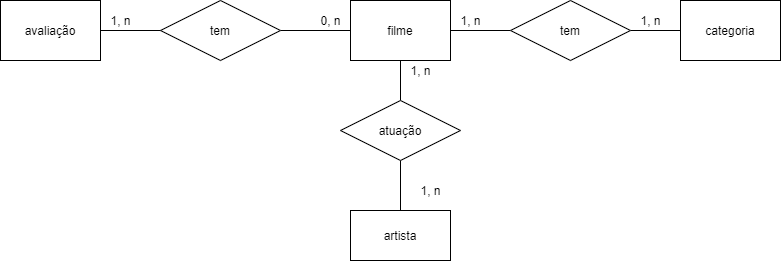
Before: Modelo Conceitual.png, a diagram exported from draw.io (LarissaMerida/curso-bd). Source tidied: cells renumbered, new cells last; positions are measured from the earlier drawing's top-left corner, leaving out a move shared by most shapes. The source it was exported from:
```xml
<mxGraphModel>
  <root>
    <mxCell id="0" />
    <mxCell id="1" parent="0" />
    <mxCell id="2" value="filme" style="whiteSpace=wrap;html=1;align=center;" parent="1" vertex="1">
      <mxGeometry x="350" width="100" height="60" as="geometry" />
    </mxCell>
    <mxCell id="3" value="categoria" style="whiteSpace=wrap;html=1;align=center;" parent="1" vertex="1">
      <mxGeometry x="680" width="100" height="60" as="geometry" />
    </mxCell>
    <mxCell id="4" value="artista" style="whiteSpace=wrap;html=1;align=center;" parent="1" vertex="1">
      <mxGeometry x="350" y="210" width="100" height="50" as="geometry" />
    </mxCell>
    <mxCell id="5" style="edgeStyle=orthogonalEdgeStyle;rounded=0;jettySize=auto;html=1;endArrow=none;endFill=0;" parent="1" edge="1" source="7">
      <mxGeometry relative="1" as="geometry">
        <mxPoint x="450" y="30" as="targetPoint" />
      </mxGeometry>
    </mxCell>
    <mxCell id="6" style="edgeStyle=orthogonalEdgeStyle;rounded=0;jettySize=auto;html=1;endArrow=none;endFill=0;" parent="1" edge="1" source="7" target="3">
      <mxGeometry relative="1" as="geometry" />
    </mxCell>
    <mxCell id="7" value="tem" style="shape=rhombus;perimeter=rhombusPerimeter;whiteSpace=wrap;html=1;align=center;" parent="1" vertex="1">
      <mxGeometry x="510" width="120" height="60" as="geometry" />
    </mxCell>
    <mxCell id="8" style="edgeStyle=orthogonalEdgeStyle;rounded=0;jettySize=auto;html=1;endArrow=none;endFill=0;" parent="1" edge="1" source="10" target="2">
      <mxGeometry relative="1" as="geometry" />
    </mxCell>
    <mxCell id="9" style="edgeStyle=orthogonalEdgeStyle;rounded=0;jettySize=auto;html=1;endArrow=none;endFill=0;" parent="1" edge="1" source="10" target="4">
      <mxGeometry relative="1" as="geometry" />
    </mxCell>
    <mxCell id="10" value="atuação" style="shape=rhombus;perimeter=rhombusPerimeter;whiteSpace=wrap;html=1;align=center;" parent="1" vertex="1">
      <mxGeometry x="340" y="100" width="120" height="60" as="geometry" />
    </mxCell>
    <mxCell id="11" value="avaliação" style="whiteSpace=wrap;html=1;align=center;" parent="1" vertex="1">
      <mxGeometry width="100" height="60" as="geometry" />
    </mxCell>
    <mxCell id="12" style="edgeStyle=orthogonalEdgeStyle;rounded=0;jettySize=auto;html=1;endArrow=none;endFill=0;" parent="1" edge="1" source="14" target="2">
      <mxGeometry relative="1" as="geometry" />
    </mxCell>
    <mxCell id="13" style="edgeStyle=orthogonalEdgeStyle;rounded=0;jettySize=auto;html=1;endArrow=none;endFill=0;" parent="1" edge="1" source="14" target="11">
      <mxGeometry relative="1" as="geometry" />
    </mxCell>
    <mxCell id="14" value="tem" style="shape=rhombus;perimeter=rhombusPerimeter;whiteSpace=wrap;html=1;align=center;" parent="1" vertex="1">
      <mxGeometry x="160" width="120" height="60" as="geometry" />
    </mxCell>
    <mxCell id="15" value="1, n" style="text;html=1;align=center;verticalAlign=middle;strokeColor=none;" parent="1" vertex="1">
      <mxGeometry x="450" y="10" width="40" height="20" as="geometry" />
    </mxCell>
    <mxCell id="16" value="1, n" style="text;html=1;align=center;verticalAlign=middle;strokeColor=none;" parent="1" vertex="1">
      <mxGeometry x="630" y="10" width="40" height="20" as="geometry" />
    </mxCell>
    <mxCell id="17" value="1, n" style="text;html=1;align=center;verticalAlign=middle;strokeColor=none;" parent="1" vertex="1">
      <mxGeometry x="400" y="60" width="40" height="20" as="geometry" />
    </mxCell>
    <mxCell id="18" value="1, n" style="text;html=1;align=center;verticalAlign=middle;strokeColor=none;" parent="1" vertex="1">
      <mxGeometry x="410" y="180" width="40" height="20" as="geometry" />
    </mxCell>
    <mxCell id="19" value="1, n" style="text;html=1;align=center;verticalAlign=middle;strokeColor=none;" parent="1" vertex="1">
      <mxGeometry x="100" y="10" width="40" height="20" as="geometry" />
    </mxCell>
    <mxCell id="20" value="0, n" style="text;html=1;align=center;verticalAlign=middle;strokeColor=none;" parent="1" vertex="1">
      <mxGeometry x="310" y="10" width="40" height="20" as="geometry" />
    </mxCell>
  </root>
</mxGraphModel>
```
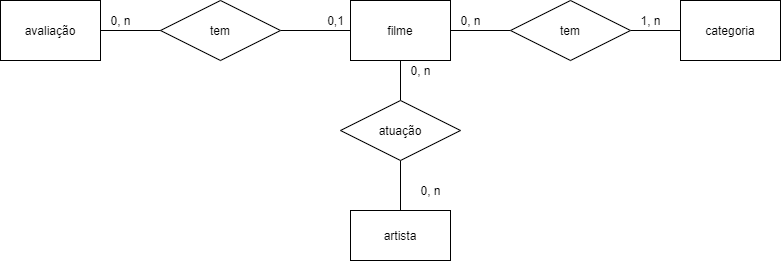
Later version of the same file.

The edit, as a diff of the source:
```diff
@@ -43,23 +43,23 @@
     <mxCell id="14" value="tem" style="shape=rhombus;perimeter=rhombusPerimeter;whiteSpace=wrap;html=1;align=center;" parent="1" vertex="1">
       <mxGeometry x="160" width="120" height="60" as="geometry" />
     </mxCell>
-    <mxCell id="15" value="1, n" style="text;html=1;align=center;verticalAlign=middle;strokeColor=none;" parent="1" vertex="1">
+    <mxCell id="15" value="0, n" style="text;html=1;align=center;verticalAlign=middle;strokeColor=none;" parent="1" vertex="1">
       <mxGeometry x="450" y="10" width="40" height="20" as="geometry" />
     </mxCell>
     <mxCell id="16" value="1, n" style="text;html=1;align=center;verticalAlign=middle;strokeColor=none;" parent="1" vertex="1">
       <mxGeometry x="630" y="10" width="40" height="20" as="geometry" />
     </mxCell>
-    <mxCell id="17" value="1, n" style="text;html=1;align=center;verticalAlign=middle;strokeColor=none;" parent="1" vertex="1">
+    <mxCell id="17" value="0, n" style="text;html=1;align=center;verticalAlign=middle;strokeColor=none;" parent="1" vertex="1">
       <mxGeometry x="400" y="60" width="40" height="20" as="geometry" />
     </mxCell>
-    <mxCell id="18" value="1, n" style="text;html=1;align=center;verticalAlign=middle;strokeColor=none;" parent="1" vertex="1">
+    <mxCell id="18" value="0, n" style="text;html=1;align=center;verticalAlign=middle;strokeColor=none;" parent="1" vertex="1">
       <mxGeometry x="410" y="180" width="40" height="20" as="geometry" />
     </mxCell>
-    <mxCell id="19" value="1, n" style="text;html=1;align=center;verticalAlign=middle;strokeColor=none;" parent="1" vertex="1">
+    <mxCell id="19" value="0, n" style="text;html=1;align=center;verticalAlign=middle;strokeColor=none;" parent="1" vertex="1">
       <mxGeometry x="100" y="10" width="40" height="20" as="geometry" />
     </mxCell>
-    <mxCell id="20" value="0, n" style="text;html=1;align=center;verticalAlign=middle;strokeColor=none;" parent="1" vertex="1">
-      <mxGeometry x="310" y="10" width="40" height="20" as="geometry" />
-    </mxCell>
+    <mxCell id="21" value="0,1" style="text;html=1;align=center;verticalAlign=middle;strokeColor=none;" parent="1" vertex="1">
+      <mxGeometry x="320" y="10" width="30" height="20" as="geometry" />
+    </mxCell>
   </root>
 </mxGraphModel>
```
